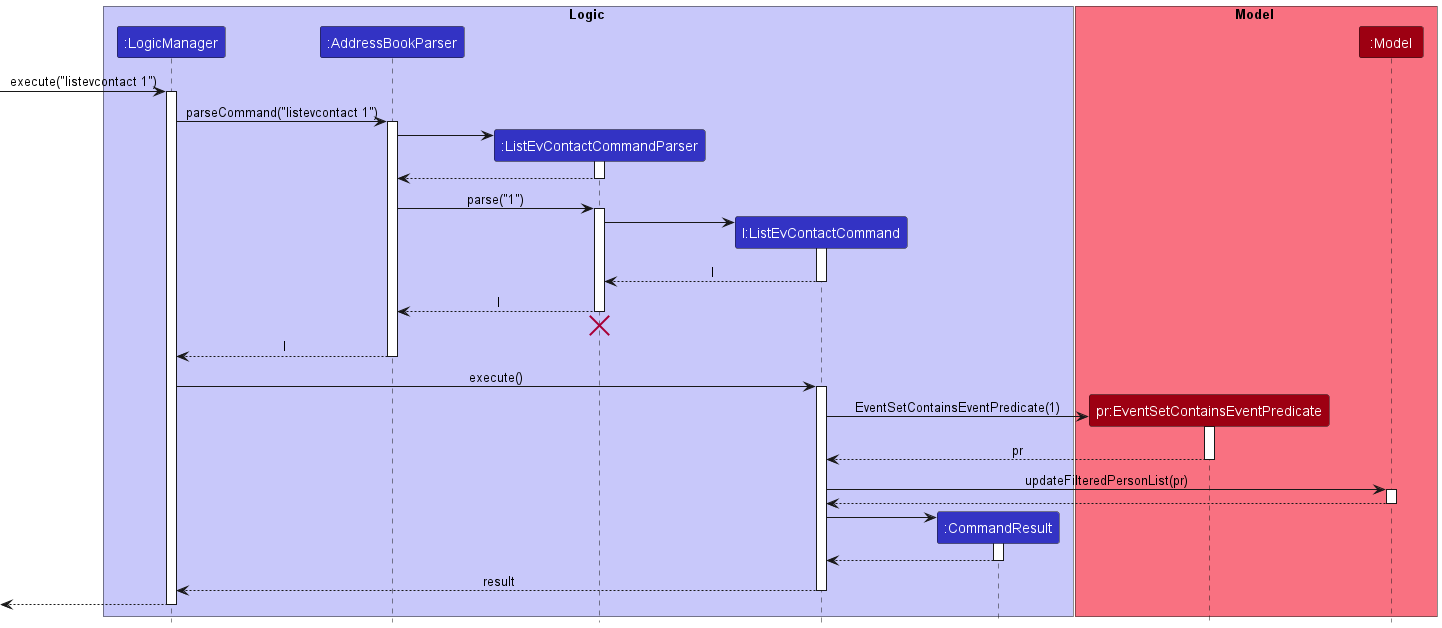
The PlantUML diagram docs/images/ListEvContactSequenceDiagram.png in nus-cs2103-AY2223S2/tp, before a commit.
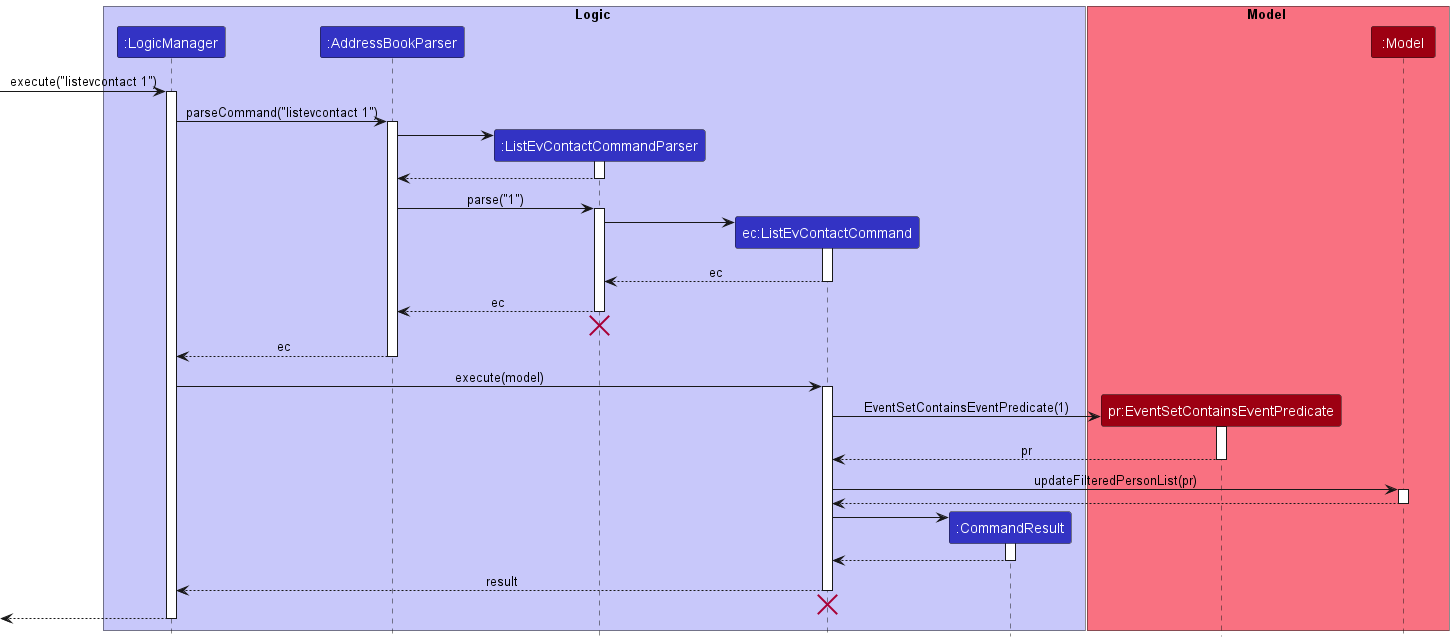
The same file after the commit.

The edit, as a diff of the source:
```diff
@@ -5,7 +5,7 @@
 participant ":LogicManager" as LogicManager LOGIC_COLOR
 participant ":AddressBookParser" as AddressBookParser LOGIC_COLOR
 participant ":ListEvContactCommandParser" as ListEvContactCommandParser LOGIC_COLOR
-participant "l:ListEvContactCommand" as ListEvContactCommand LOGIC_COLOR
+participant "ec:ListEvContactCommand" as ListEvContactCommand LOGIC_COLOR
 participant ":CommandResult" as CommandResult LOGIC_COLOR
 end box
 
@@ -34,18 +34,18 @@
 ListEvContactCommandParser -> ListEvContactCommand
 activate ListEvContactCommand
 
-ListEvContactCommand --> ListEvContactCommandParser : l
+ListEvContactCommand --> ListEvContactCommandParser : ec
 deactivate ListEvContactCommand
 
-ListEvContactCommandParser --> AddressBookParser : l
+ListEvContactCommandParser --> AddressBookParser : ec
 deactivate ListEvContactCommandParser
 ListEvContactCommandParser -[hidden]-> AddressBookParser
 destroy ListEvContactCommandParser
 
-AddressBookParser --> LogicManager : l
+AddressBookParser --> LogicManager : ec
 deactivate AddressBookParser
 
-LogicManager -> ListEvContactCommand : execute()
+LogicManager -> ListEvContactCommand : execute(model)
 activate ListEvContactCommand
 
 create EventSetContainsEventPredicate
@@ -70,6 +70,8 @@
 
 ListEvContactCommand --> LogicManager : result
 deactivate ListEvContactCommand
+ListEvContactCommand -[hidden]-> LogicManager
+destroy ListEvContactCommand
 
 [<--LogicManager
 deactivate LogicManager
```
